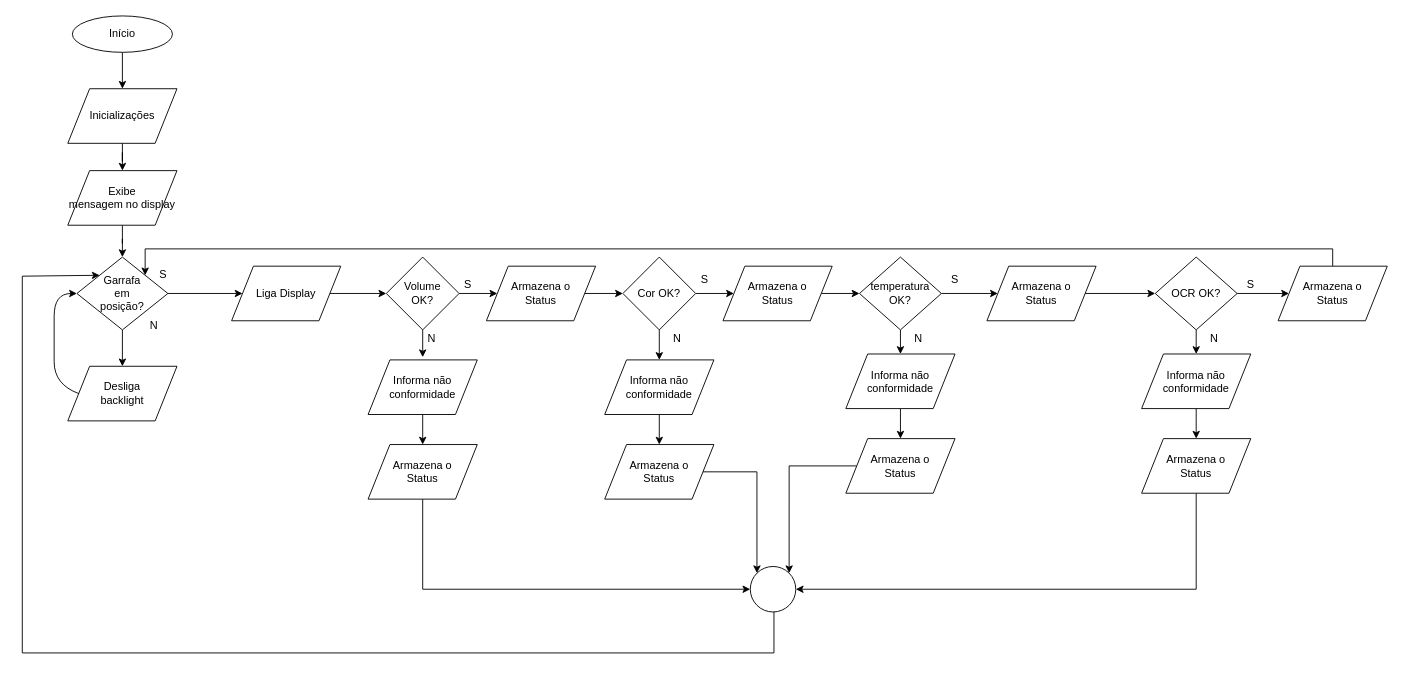
guilhermecv/PI2 keeps this draw.io diagram as fluxograma_funcionamento.drawio. Above is the earlier version. Source tidied: cells renumbered, new cells numbered last; positions are measured from the earlier drawing's top-left corner, leaving out a move shared by most shapes. Both pictures are drawn from the tidied source at 91%, with x=0, y=0 at pixel (22, 15).
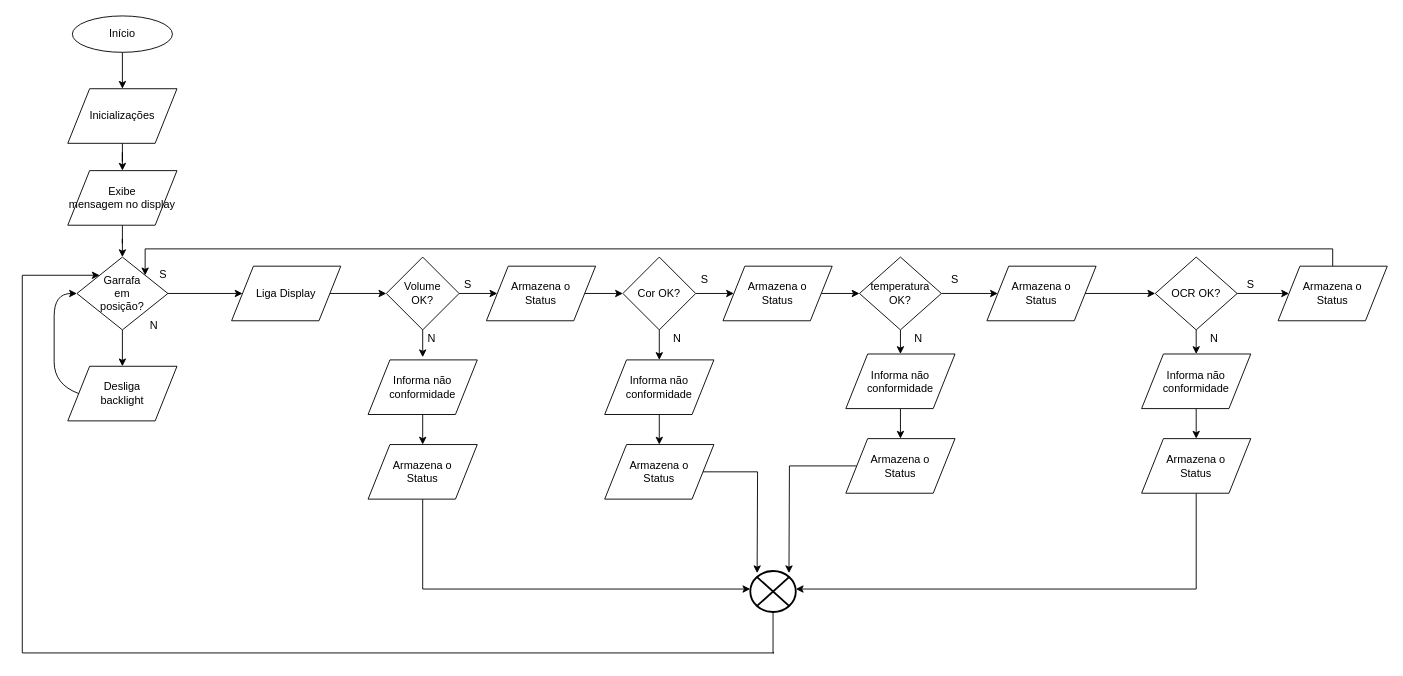
Above is the later version.

The change refers to these unchanged cells:
```xml
<mxCell id="23" value="&lt;div&gt;Garrafa&lt;/div&gt;&lt;div&gt;em&lt;/div&gt;&lt;div&gt;posição?&lt;br&gt;&lt;/div&gt;" style="rhombus;whiteSpace=wrap;html=1;" parent="1" vertex="1">
  <mxGeometry x="60" y="265" width="100" height="80" as="geometry" />
</mxCell>
<mxCell id="39" value="&lt;div&gt;Armazena o &lt;br&gt;&lt;/div&gt;&lt;div&gt;Status&lt;br&gt;&lt;/div&gt;" style="shape=parallelogram;perimeter=parallelogramPerimeter;whiteSpace=wrap;html=1;" parent="1" vertex="1">
  <mxGeometry x="640" y="471" width="120" height="60" as="geometry" />
</mxCell>
<mxCell id="41" value="&lt;div&gt;Armazena o &lt;br&gt;&lt;/div&gt;&lt;div&gt;Status&lt;br&gt;&lt;/div&gt;" style="shape=parallelogram;perimeter=parallelogramPerimeter;whiteSpace=wrap;html=1;" parent="1" vertex="1">
  <mxGeometry x="380" y="471" width="120" height="60" as="geometry" />
</mxCell>
<mxCell id="45" value="&lt;div&gt;Armazena o &lt;br&gt;&lt;/div&gt;&lt;div&gt;Status&lt;br&gt;&lt;/div&gt;" style="shape=parallelogram;perimeter=parallelogramPerimeter;whiteSpace=wrap;html=1;" parent="1" vertex="1">
  <mxGeometry x="905" y="464.5" width="120" height="60" as="geometry" />
</mxCell>
<mxCell id="54" value="&lt;div&gt;Armazena o &lt;br&gt;&lt;/div&gt;&lt;div&gt;Status&lt;br&gt;&lt;/div&gt;" style="shape=parallelogram;perimeter=parallelogramPerimeter;whiteSpace=wrap;html=1;" parent="1" vertex="1">
  <mxGeometry x="1230" y="464.5" width="120" height="60" as="geometry" />
</mxCell>
```

Diff of the diagram source:
```diff
@@
-    <mxCell id="38" style="edgeStyle=orthogonalEdgeStyle;rounded=0;jettySize=auto;html=1;entryX=0;entryY=0;entryDx=0;entryDy=0;" parent="1" edge="1" source="39" target="58">
-      <mxGeometry relative="1" as="geometry" />
+    <mxCell id="38" style="edgeStyle=orthogonalEdgeStyle;rounded=0;jettySize=auto;html=1;entryX=0;entryY=0;entryDx=0;entryDy=0;" parent="1" edge="1" source="39">
+      <mxGeometry relative="1" as="geometry">
+        <mxPoint x="807.5" y="612.3" as="targetPoint" />
+      </mxGeometry>
     </mxCell>
@@
-    <mxCell id="40" style="edgeStyle=orthogonalEdgeStyle;rounded=0;jettySize=auto;html=1;entryX=0;entryY=0.5;entryDx=0;entryDy=0;" parent="1" edge="1" source="41" target="58">
+    <mxCell id="40" style="edgeStyle=orthogonalEdgeStyle;rounded=0;jettySize=auto;html=1;entryX=0;entryY=0.5;entryDx=0;entryDy=0;" parent="1" edge="1" source="41">
       <mxGeometry relative="1" as="geometry">
+        <mxPoint x="800" y="629.8" as="targetPoint" />
         <Array as="points">
           <mxPoint x="440" y="630" />
         </Array>
       </mxGeometry>
     </mxCell>
@@
-    <mxCell id="44" style="edgeStyle=orthogonalEdgeStyle;rounded=0;jettySize=auto;html=1;entryX=1;entryY=0;entryDx=0;entryDy=0;" parent="1" edge="1" source="45" target="58">
-      <mxGeometry relative="1" as="geometry" />
+    <mxCell id="44" style="edgeStyle=orthogonalEdgeStyle;rounded=0;jettySize=auto;html=1;entryX=1;entryY=0;entryDx=0;entryDy=0;" parent="1" edge="1" source="45">
+      <mxGeometry relative="1" as="geometry">
+        <mxPoint x="842.5" y="612.3" as="targetPoint" />
+      </mxGeometry>
     </mxCell>
@@
-    <mxCell id="53" style="edgeStyle=orthogonalEdgeStyle;rounded=0;jettySize=auto;html=1;entryX=1;entryY=0.5;entryDx=0;entryDy=0;" parent="1" edge="1" source="54" target="58">
+    <mxCell id="53" style="edgeStyle=orthogonalEdgeStyle;rounded=0;jettySize=auto;html=1;entryX=1;entryY=0.5;entryDx=0;entryDy=0;" parent="1" edge="1" source="54">
       <mxGeometry relative="1" as="geometry">
+        <mxPoint x="850" y="629.8" as="targetPoint" />
         <Array as="points">
           <mxPoint x="1290" y="630" />
         </Array>
       </mxGeometry>
     </mxCell>
@@
-    <mxCell id="57" style="edgeStyle=orthogonalEdgeStyle;rounded=0;jettySize=auto;html=1;entryX=0;entryY=0;entryDx=0;entryDy=0;" parent="1" edge="1" source="58" target="23">
+    <mxCell id="57" style="edgeStyle=orthogonalEdgeStyle;rounded=0;jettySize=auto;html=1;entryX=0;entryY=0;entryDx=0;entryDy=0;" parent="1" edge="1" target="23">
       <mxGeometry relative="1" as="geometry">
+        <mxPoint x="825" y="655" as="sourcePoint" />
         <Array as="points">
           <mxPoint x="826" y="700" />
           <mxPoint y="700" />
           <mxPoint y="286" />
         </Array>
       </mxGeometry>
     </mxCell>
-    <mxCell id="58" style="ellipse;whiteSpace=wrap;html=1;" parent="1" vertex="1">
-      <mxGeometry x="800" y="605" width="50" height="50" as="geometry" />
-    </mxCell>
@@
+    <mxCell id="65" style="verticalLabelPosition=bottom;verticalAlign=top;html=1;strokeWidth=2;shape=mxgraph.flowchart.or;" parent="1" vertex="1">
+      <mxGeometry x="800" y="610" width="50" height="45" as="geometry" />
+    </mxCell>
```
